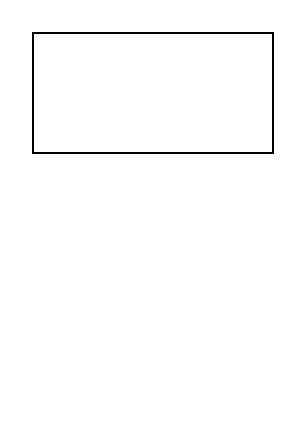
The draw.io diagram joki_games_diagram_apps.drawio in yamanmnur/joki_games, before the edit. Source tidied: cells renumbered, new cells numbered last; positions are measured from the earlier drawing's top-left corner, leaving out a move shared by most shapes. Both pictures are drawn from the tidied source at 200%, with x=0, y=0 at pixel (32, 32).
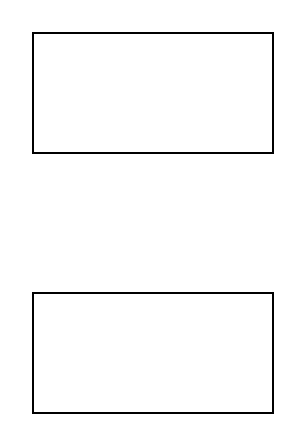
The same diagram, later.

Change to the diagram source:
```diff
@@
 <mxGraphModel>
   <root>
     <mxCell id="0" />
     <mxCell id="1" parent="0" />
     <mxCell id="2" style="rounded=0;whiteSpace=wrap;html=1;" parent="1" vertex="1">
       <mxGeometry width="120" height="60" as="geometry" />
     </mxCell>
+    <mxCell id="3" style="rounded=0;whiteSpace=wrap;html=1;" parent="1" vertex="1">
+      <mxGeometry y="130" width="120" height="60" as="geometry" />
+    </mxCell>
   </root>
 </mxGraphModel>
```
